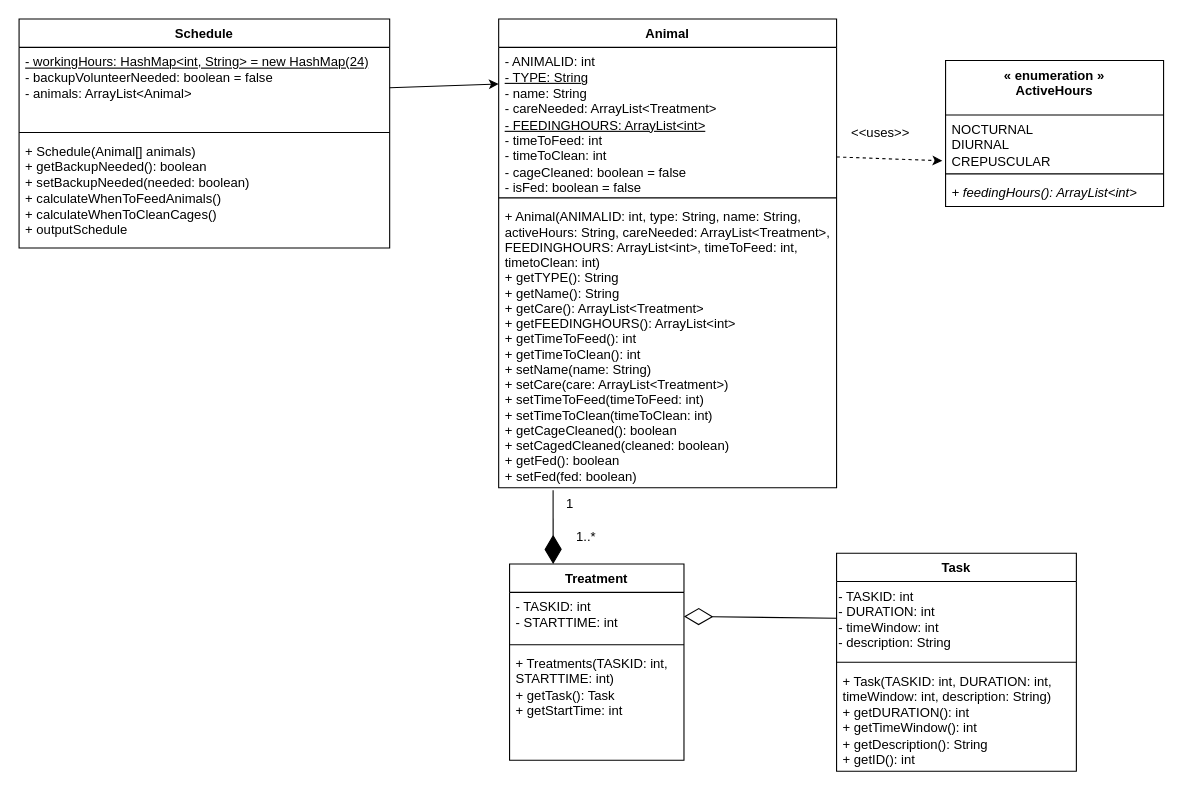
This is 64.drawio from aryan-karadia/Mock-Schedule-Builder, a draw.io file, before an edit. Source tidied: cells renumbered, new cells numbered last; positions are measured from the earlier drawing's top-left corner, leaving out a move shared by most shapes. Both pictures are drawn from the tidied source at 109%, with x=0, y=0 at pixel (19, 19).
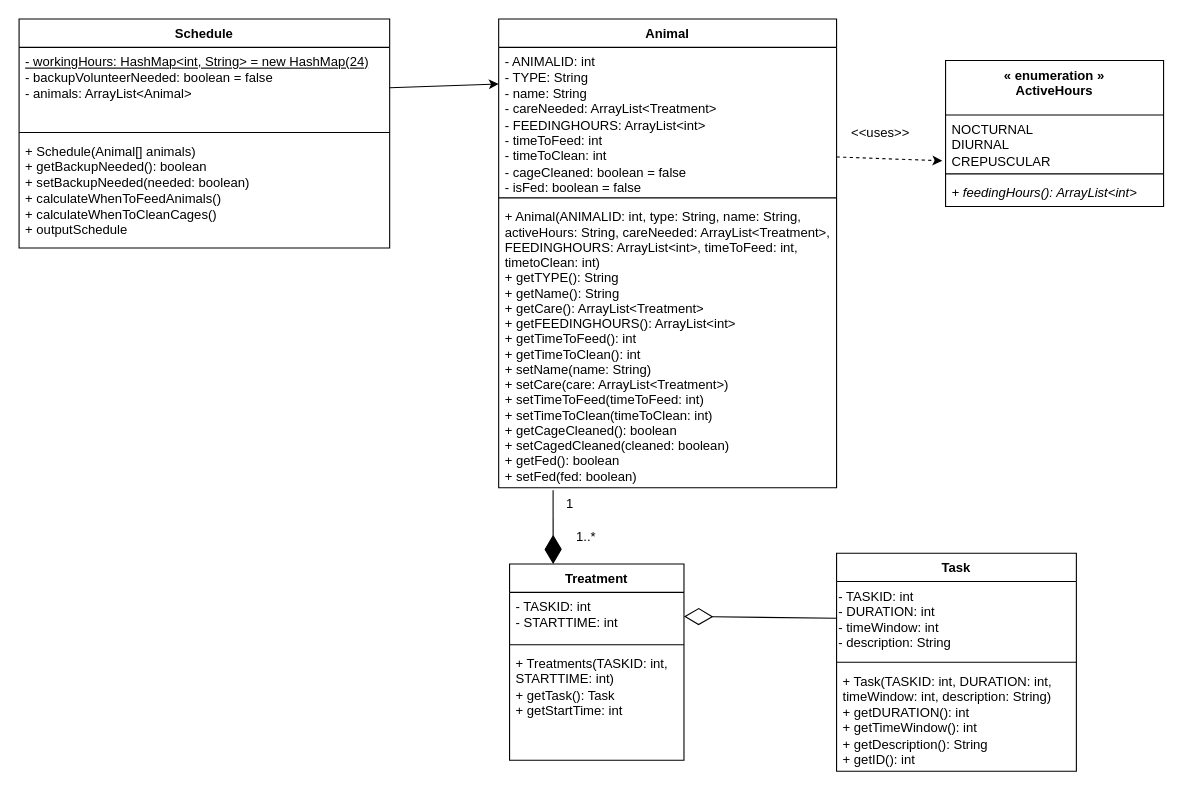
Above is the later version.

Commit message:
removed FEEDINGHOURS static property in Animal

The change refers to these unchanged cells:
```xml
<mxCell id="2" value="Animal" style="swimlane;fontStyle=1;align=center;verticalAlign=top;horizontal=1;startSize=26;" parent="1" vertex="1">
  <mxGeometry x="440" width="310" height="430" as="geometry" />
</mxCell>
```

Change to the diagram source:
```diff
@@
-    <mxCell id="3" value="&lt;span style=&quot;font-family: Helvetica; font-size: 12px; font-style: normal; font-variant-ligatures: normal; font-variant-caps: normal; font-weight: 400; letter-spacing: normal; orphans: 2; text-align: left; text-indent: 0px; text-transform: none; widows: 2; word-spacing: 0px; -webkit-text-stroke-width: 0px; text-decoration-thickness: initial; text-decoration-style: initial; text-decoration-color: initial; float: none; display: inline !important;&quot;&gt;- ANIMALID: int&lt;br&gt;&lt;u&gt;- TYPE: String&lt;/u&gt;&lt;br&gt;- name: String&lt;br&gt;- careNeeded: ArrayList&amp;lt;Treatment&amp;gt;&lt;br&gt;&lt;u&gt;- FEEDINGHOURS: ArrayList&amp;lt;int&amp;gt;&lt;/u&gt;&lt;br&gt;- timeToFeed: int&lt;br&gt;- timeToClean: int&lt;br&gt;- cageCleaned: boolean = false&lt;br&gt;- isFed: boolean = false&lt;br&gt;&lt;/span&gt;" style="text;whiteSpace=wrap;html=1;labelBackgroundColor=none;fontColor=default;spacingLeft=4;spacingRight=4;fontStyle=0;" parent="2" vertex="1">
+    <mxCell id="3" value="&lt;span style=&quot;font-family: Helvetica; font-size: 12px; font-style: normal; font-variant-ligatures: normal; font-variant-caps: normal; font-weight: 400; letter-spacing: normal; orphans: 2; text-align: left; text-indent: 0px; text-transform: none; widows: 2; word-spacing: 0px; -webkit-text-stroke-width: 0px; text-decoration-thickness: initial; text-decoration-style: initial; text-decoration-color: initial; float: none; display: inline !important;&quot;&gt;- ANIMALID: int&lt;br&gt;- TYPE: String&lt;br&gt;- name: String&lt;br&gt;- careNeeded: ArrayList&amp;lt;Treatment&amp;gt;&lt;br&gt;- FEEDINGHOURS: ArrayList&amp;lt;int&amp;gt;&lt;br&gt;- timeToFeed: int&lt;br&gt;- timeToClean: int&lt;br&gt;- cageCleaned: boolean = false&lt;br&gt;- isFed: boolean = false&lt;br&gt;&lt;/span&gt;" style="text;whiteSpace=wrap;html=1;labelBackgroundColor=none;fontColor=default;spacingLeft=4;spacingRight=4;fontStyle=0;" parent="2" vertex="1">
       <mxGeometry y="26" width="310" height="134" as="geometry" />
     </mxCell>
```
